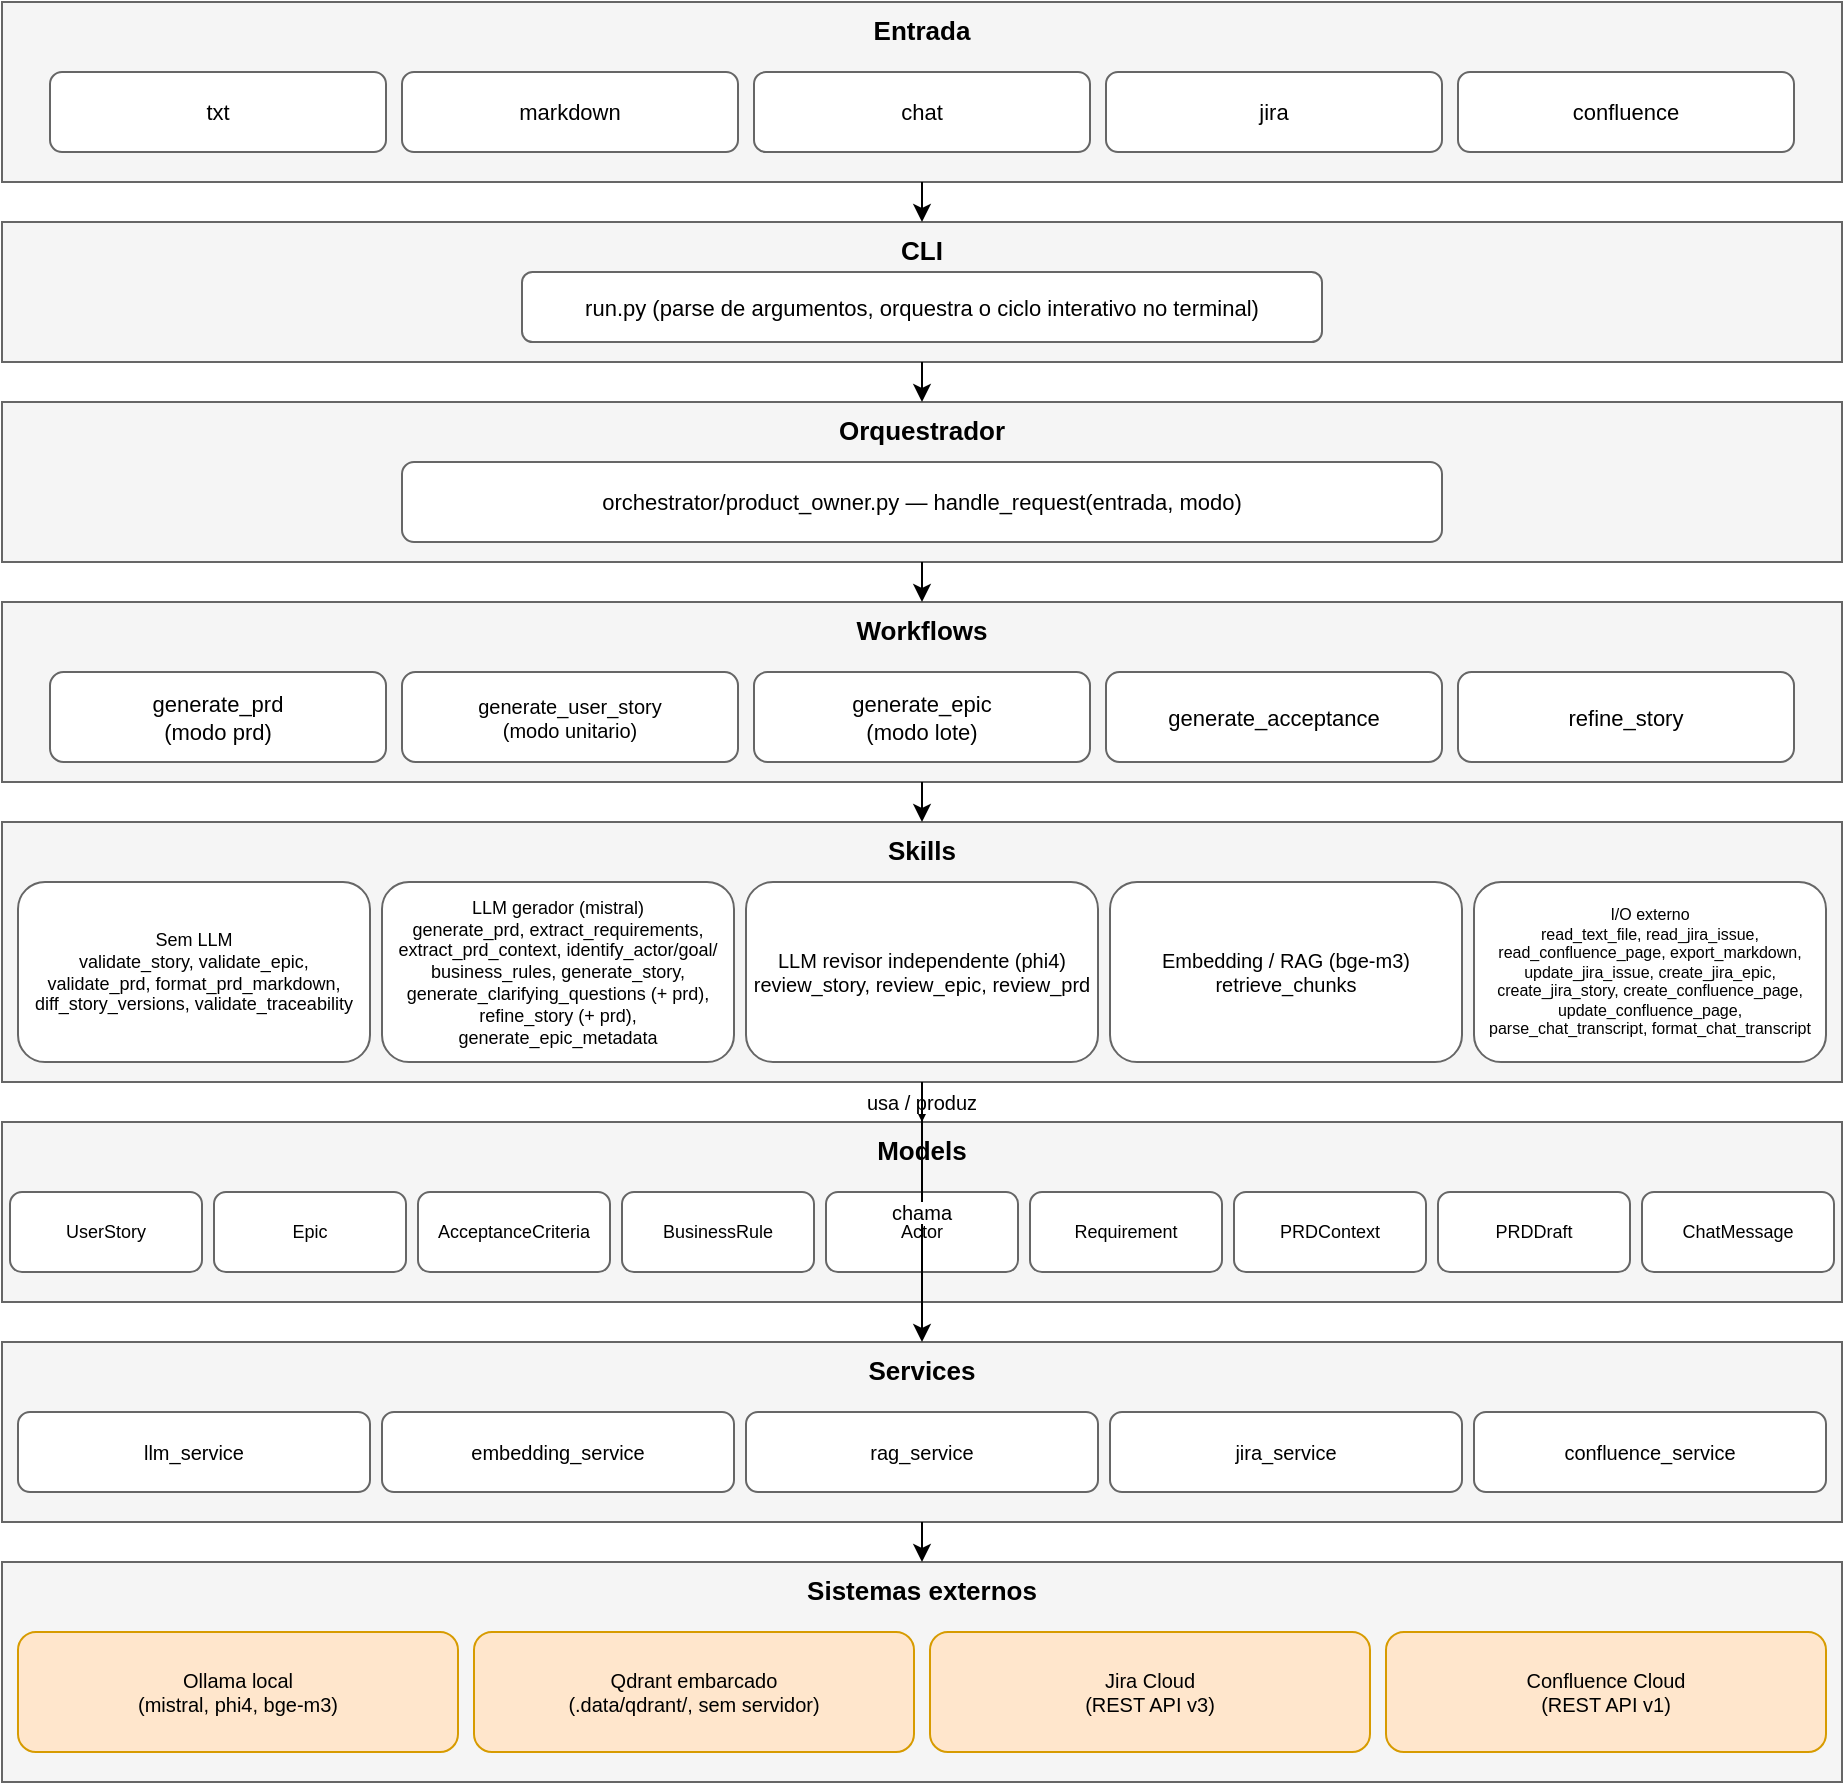
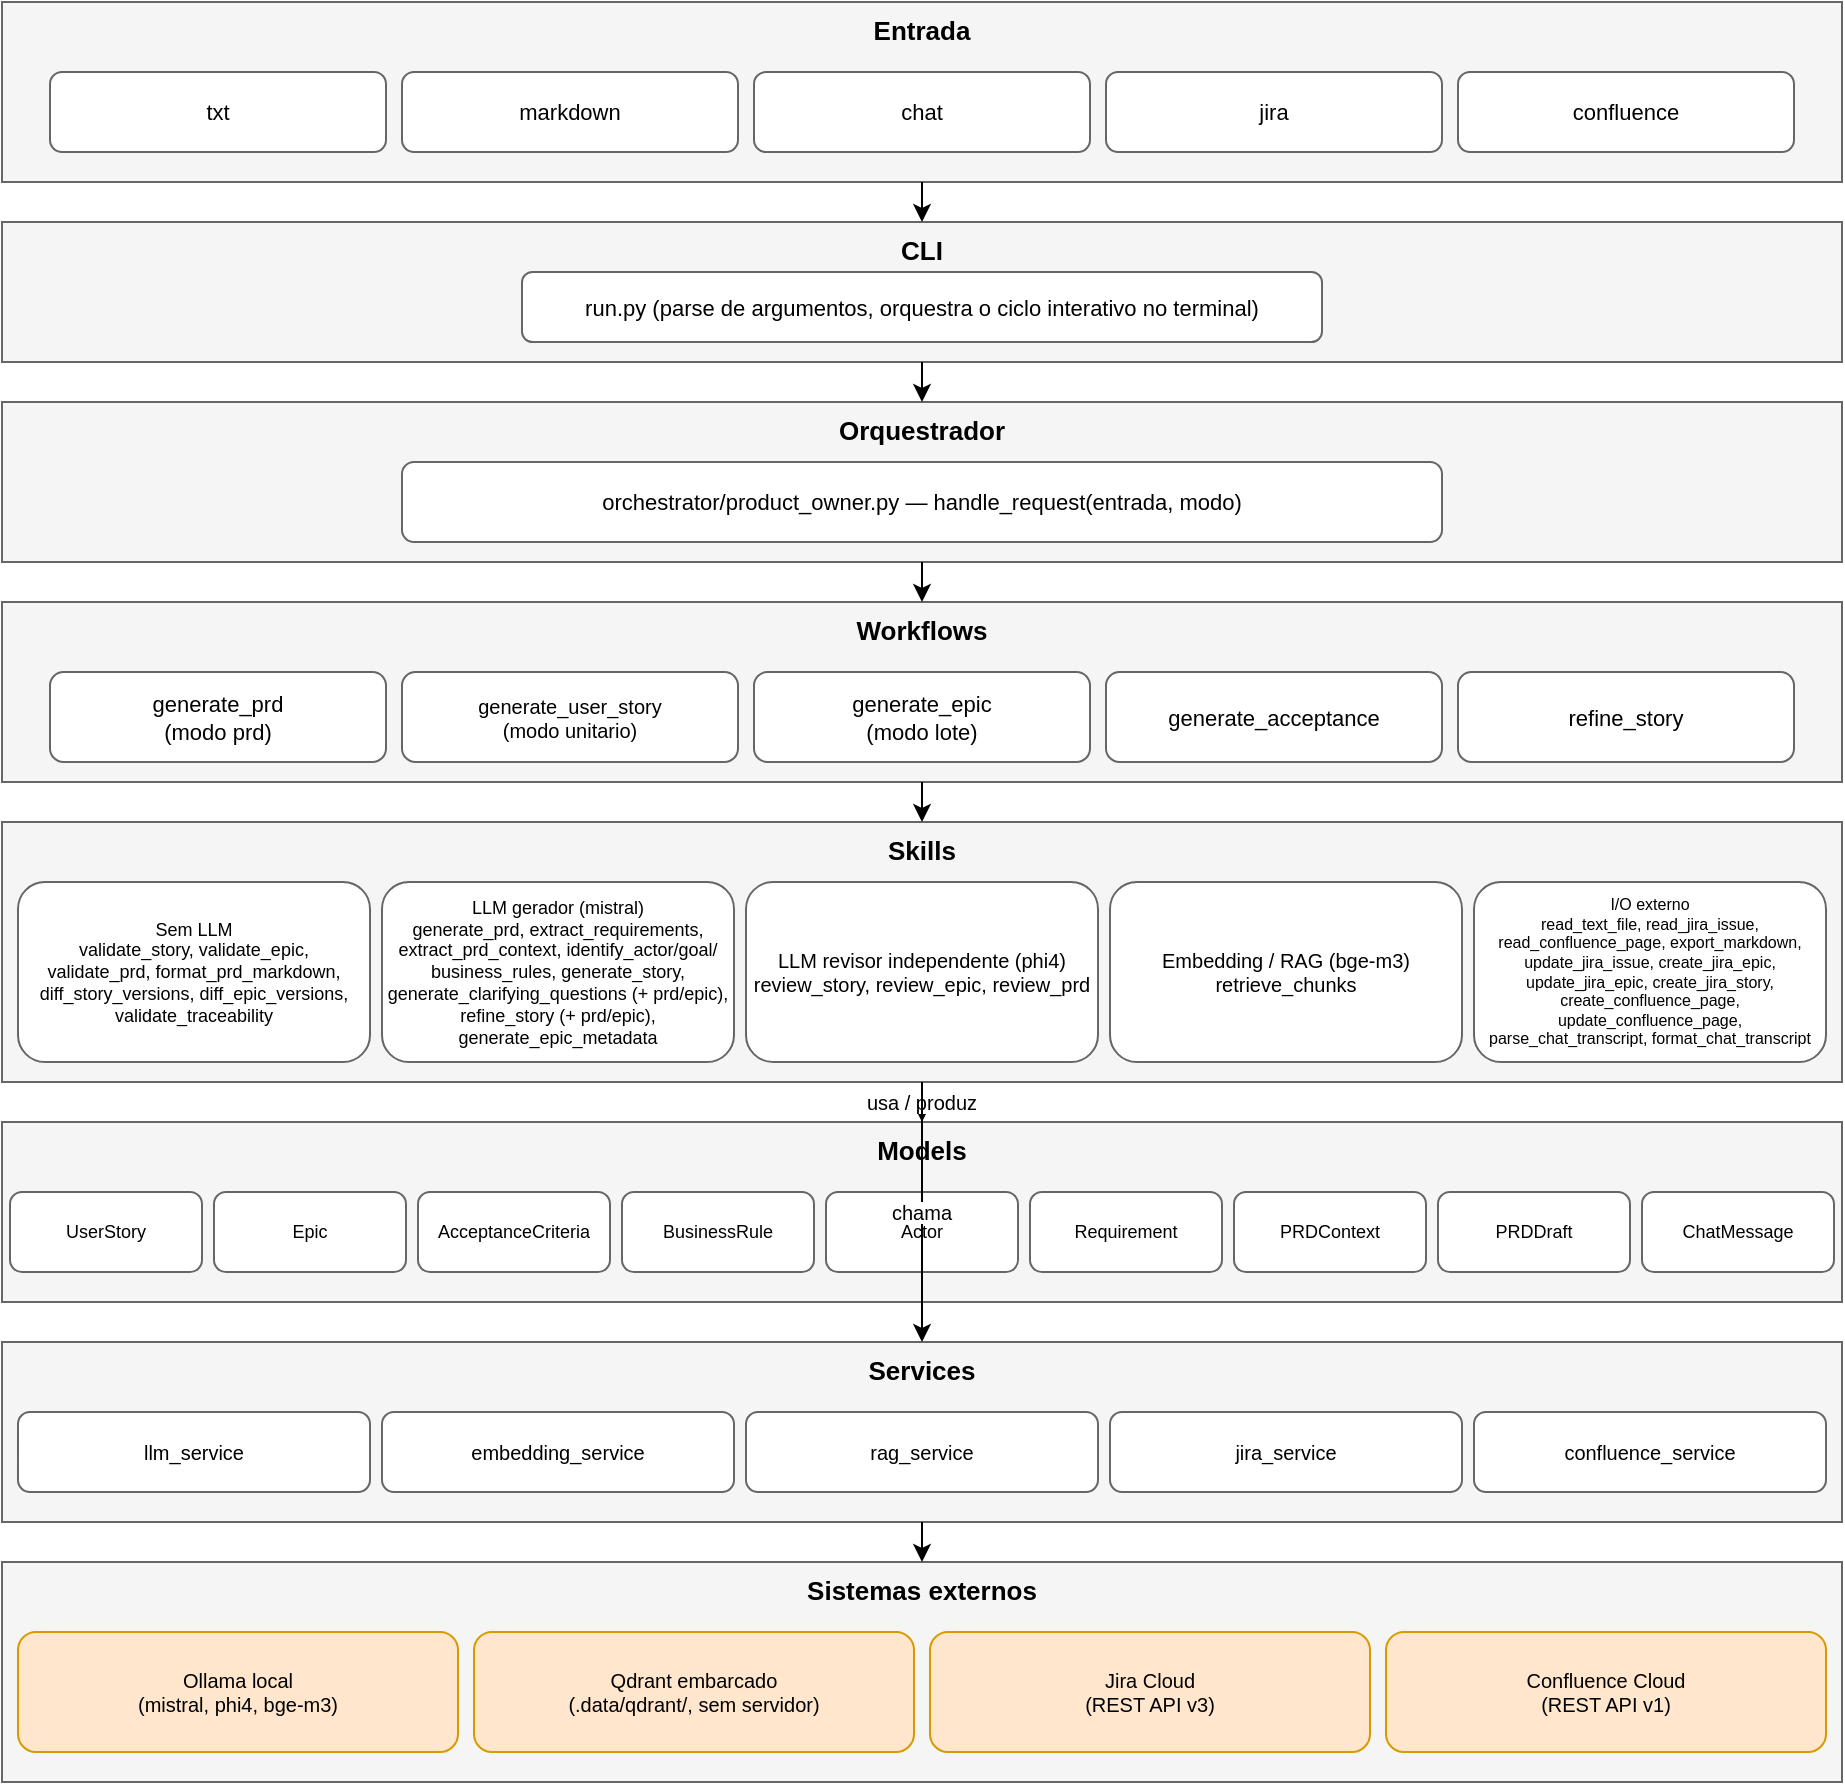
<?xml version="1.0" encoding="UTF-8"?>
<mxfile host="app.diagrams.net" agent="AQuA-QE Product Owner" version="24.0.0" type="device">
  <diagram id="camadas" name="1 - Arquitetura em camadas">
    <mxGraphModel dx="1200" dy="800" grid="1" gridSize="10" guides="1" tooltips="1" connect="1" arrows="1" fold="1" page="1" pageScale="1" pageWidth="1000" pageHeight="970" math="0" shadow="0">
      <root>
        <mxCell id="0" />
        <mxCell id="1" parent="0" />

        <mxCell id="bandEntrada" value="Entrada" style="rounded=0;whiteSpace=wrap;fillColor=#f5f5f5;strokeColor=#666666;verticalAlign=top;fontSize=13;fontStyle=1;container=1;collapsible=0;" vertex="1" parent="1">
          <mxGeometry x="40" y="40" width="920" height="90" as="geometry" />
        </mxCell>
        <mxCell id="ent1" value="txt" style="rounded=1;whiteSpace=wrap;fillColor=#ffffff;strokeColor=#666666;fontSize=11;" vertex="1" parent="bandEntrada">
          <mxGeometry x="24" y="35" width="168" height="40" as="geometry" />
        </mxCell>
        <mxCell id="ent2" value="markdown" style="rounded=1;whiteSpace=wrap;fillColor=#ffffff;strokeColor=#666666;fontSize=11;" vertex="1" parent="bandEntrada">
          <mxGeometry x="200" y="35" width="168" height="40" as="geometry" />
        </mxCell>
        <mxCell id="ent3" value="chat" style="rounded=1;whiteSpace=wrap;fillColor=#ffffff;strokeColor=#666666;fontSize=11;" vertex="1" parent="bandEntrada">
          <mxGeometry x="376" y="35" width="168" height="40" as="geometry" />
        </mxCell>
        <mxCell id="ent4" value="jira" style="rounded=1;whiteSpace=wrap;fillColor=#ffffff;strokeColor=#666666;fontSize=11;" vertex="1" parent="bandEntrada">
          <mxGeometry x="552" y="35" width="168" height="40" as="geometry" />
        </mxCell>
        <mxCell id="ent5" value="confluence" style="rounded=1;whiteSpace=wrap;fillColor=#ffffff;strokeColor=#666666;fontSize=11;" vertex="1" parent="bandEntrada">
          <mxGeometry x="728" y="35" width="168" height="40" as="geometry" />
        </mxCell>

        <mxCell id="bandCLI" value="CLI" style="rounded=0;whiteSpace=wrap;fillColor=#f5f5f5;strokeColor=#666666;verticalAlign=top;fontSize=13;fontStyle=1;container=1;collapsible=0;" vertex="1" parent="1">
          <mxGeometry x="40" y="150" width="920" height="70" as="geometry" />
        </mxCell>
        <mxCell id="cli1" value="run.py (parse de argumentos, orquestra o ciclo interativo no terminal)" style="rounded=1;whiteSpace=wrap;fillColor=#ffffff;strokeColor=#666666;fontSize=11;" vertex="1" parent="bandCLI">
          <mxGeometry x="260" y="25" width="400" height="35" as="geometry" />
        </mxCell>

        <mxCell id="bandOrq" value="Orquestrador" style="rounded=0;whiteSpace=wrap;fillColor=#f5f5f5;strokeColor=#666666;verticalAlign=top;fontSize=13;fontStyle=1;container=1;collapsible=0;" vertex="1" parent="1">
          <mxGeometry x="40" y="240" width="920" height="80" as="geometry" />
        </mxCell>
        <mxCell id="orq1" value="orchestrator/product_owner.py — handle_request(entrada, modo)" style="rounded=1;whiteSpace=wrap;fillColor=#ffffff;strokeColor=#666666;fontSize=11;" vertex="1" parent="bandOrq">
          <mxGeometry x="200" y="30" width="520" height="40" as="geometry" />
        </mxCell>

        <mxCell id="bandWorkflows" value="Workflows" style="rounded=0;whiteSpace=wrap;fillColor=#f5f5f5;strokeColor=#666666;verticalAlign=top;fontSize=13;fontStyle=1;container=1;collapsible=0;" vertex="1" parent="1">
          <mxGeometry x="40" y="340" width="920" height="90" as="geometry" />
        </mxCell>
        <mxCell id="wf0" value="generate_prd&#10;(modo prd)" style="rounded=1;whiteSpace=wrap;fillColor=#ffffff;strokeColor=#666666;fontSize=11;" vertex="1" parent="bandWorkflows">
          <mxGeometry x="24" y="35" width="168" height="45" as="geometry" />
        </mxCell>
        <mxCell id="wf1" value="generate_user_story&#10;(modo unitario)" style="rounded=1;whiteSpace=wrap;fillColor=#ffffff;strokeColor=#666666;fontSize=10;" vertex="1" parent="bandWorkflows">
          <mxGeometry x="200" y="35" width="168" height="45" as="geometry" />
        </mxCell>
        <mxCell id="wf2" value="generate_epic&#10;(modo lote)" style="rounded=1;whiteSpace=wrap;fillColor=#ffffff;strokeColor=#666666;fontSize=11;" vertex="1" parent="bandWorkflows">
          <mxGeometry x="376" y="35" width="168" height="45" as="geometry" />
        </mxCell>
        <mxCell id="wf3" value="generate_acceptance" style="rounded=1;whiteSpace=wrap;fillColor=#ffffff;strokeColor=#666666;fontSize=11;" vertex="1" parent="bandWorkflows">
          <mxGeometry x="552" y="35" width="168" height="45" as="geometry" />
        </mxCell>
        <mxCell id="wf4" value="refine_story" style="rounded=1;whiteSpace=wrap;fillColor=#ffffff;strokeColor=#666666;fontSize=11;" vertex="1" parent="bandWorkflows">
          <mxGeometry x="728" y="35" width="168" height="45" as="geometry" />
        </mxCell>

        <mxCell id="bandSkills" value="Skills" style="rounded=0;whiteSpace=wrap;fillColor=#f5f5f5;strokeColor=#666666;verticalAlign=top;fontSize=13;fontStyle=1;container=1;collapsible=0;" vertex="1" parent="1">
          <mxGeometry x="40" y="450" width="920" height="130" as="geometry" />
        </mxCell>
-         <mxCell id="sk1" value="Sem LLM&#10;validate_story, validate_epic,&#10;validate_prd, format_prd_markdown,&#10;diff_story_versions, validate_traceability" style="rounded=1;whiteSpace=wrap;fillColor=#ffffff;strokeColor=#666666;fontSize=9;" vertex="1" parent="bandSkills">
+         <mxCell id="sk1" value="Sem LLM&#10;validate_story, validate_epic,&#10;validate_prd, format_prd_markdown,&#10;diff_story_versions, diff_epic_versions,&#10;validate_traceability" style="rounded=1;whiteSpace=wrap;fillColor=#ffffff;strokeColor=#666666;fontSize=9;" vertex="1" parent="bandSkills">
          <mxGeometry x="8" y="30" width="176" height="90" as="geometry" />
        </mxCell>
-         <mxCell id="sk2" value="LLM gerador (mistral)&#10;generate_prd, extract_requirements,&#10;extract_prd_context, identify_actor/goal/&#10;business_rules, generate_story,&#10;generate_clarifying_questions (+ prd),&#10;refine_story (+ prd), generate_epic_metadata" style="rounded=1;whiteSpace=wrap;fillColor=#ffffff;strokeColor=#666666;fontSize=9;" vertex="1" parent="bandSkills">
+         <mxCell id="sk2" value="LLM gerador (mistral)&#10;generate_prd, extract_requirements,&#10;extract_prd_context, identify_actor/goal/&#10;business_rules, generate_story,&#10;generate_clarifying_questions (+ prd/epic),&#10;refine_story (+ prd/epic), generate_epic_metadata" style="rounded=1;whiteSpace=wrap;fillColor=#ffffff;strokeColor=#666666;fontSize=9;" vertex="1" parent="bandSkills">
          <mxGeometry x="190" y="30" width="176" height="90" as="geometry" />
        </mxCell>
        <mxCell id="sk3" value="LLM revisor independente (phi4)&#10;review_story, review_epic, review_prd" style="rounded=1;whiteSpace=wrap;fillColor=#ffffff;strokeColor=#666666;fontSize=10;" vertex="1" parent="bandSkills">
          <mxGeometry x="372" y="30" width="176" height="90" as="geometry" />
        </mxCell>
        <mxCell id="sk4" value="Embedding / RAG (bge-m3)&#10;retrieve_chunks" style="rounded=1;whiteSpace=wrap;fillColor=#ffffff;strokeColor=#666666;fontSize=10;" vertex="1" parent="bandSkills">
          <mxGeometry x="554" y="30" width="176" height="90" as="geometry" />
        </mxCell>
-         <mxCell id="sk5" value="I/O externo&#10;read_text_file, read_jira_issue,&#10;read_confluence_page, export_markdown,&#10;update_jira_issue, create_jira_epic,&#10;create_jira_story, create_confluence_page,&#10;update_confluence_page,&#10;parse_chat_transcript, format_chat_transcript" style="rounded=1;whiteSpace=wrap;fillColor=#ffffff;strokeColor=#666666;fontSize=8;" vertex="1" parent="bandSkills">
+         <mxCell id="sk5" value="I/O externo&#10;read_text_file, read_jira_issue,&#10;read_confluence_page, export_markdown,&#10;update_jira_issue, create_jira_epic,&#10;update_jira_epic, create_jira_story,&#10;create_confluence_page,&#10;update_confluence_page,&#10;parse_chat_transcript, format_chat_transcript" style="rounded=1;whiteSpace=wrap;fillColor=#ffffff;strokeColor=#666666;fontSize=8;" vertex="1" parent="bandSkills">
          <mxGeometry x="736" y="30" width="176" height="90" as="geometry" />
        </mxCell>

        <mxCell id="bandModels" value="Models" style="rounded=0;whiteSpace=wrap;fillColor=#f5f5f5;strokeColor=#666666;verticalAlign=top;fontSize=13;fontStyle=1;container=1;collapsible=0;" vertex="1" parent="1">
          <mxGeometry x="40" y="600" width="920" height="90" as="geometry" />
        </mxCell>
        <mxCell id="mdl1" value="UserStory" style="rounded=1;whiteSpace=wrap;fillColor=#ffffff;strokeColor=#666666;fontSize=9;" vertex="1" parent="bandModels">
          <mxGeometry x="4" y="35" width="96" height="40" as="geometry" />
        </mxCell>
        <mxCell id="mdl2" value="Epic" style="rounded=1;whiteSpace=wrap;fillColor=#ffffff;strokeColor=#666666;fontSize=9;" vertex="1" parent="bandModels">
          <mxGeometry x="106" y="35" width="96" height="40" as="geometry" />
        </mxCell>
        <mxCell id="mdl3" value="AcceptanceCriteria" style="rounded=1;whiteSpace=wrap;fillColor=#ffffff;strokeColor=#666666;fontSize=9;" vertex="1" parent="bandModels">
          <mxGeometry x="208" y="35" width="96" height="40" as="geometry" />
        </mxCell>
        <mxCell id="mdl4" value="BusinessRule" style="rounded=1;whiteSpace=wrap;fillColor=#ffffff;strokeColor=#666666;fontSize=9;" vertex="1" parent="bandModels">
          <mxGeometry x="310" y="35" width="96" height="40" as="geometry" />
        </mxCell>
        <mxCell id="mdl5" value="Actor" style="rounded=1;whiteSpace=wrap;fillColor=#ffffff;strokeColor=#666666;fontSize=9;" vertex="1" parent="bandModels">
          <mxGeometry x="412" y="35" width="96" height="40" as="geometry" />
        </mxCell>
        <mxCell id="mdl6" value="Requirement" style="rounded=1;whiteSpace=wrap;fillColor=#ffffff;strokeColor=#666666;fontSize=9;" vertex="1" parent="bandModels">
          <mxGeometry x="514" y="35" width="96" height="40" as="geometry" />
        </mxCell>
        <mxCell id="mdl7" value="PRDContext" style="rounded=1;whiteSpace=wrap;fillColor=#ffffff;strokeColor=#666666;fontSize=9;" vertex="1" parent="bandModels">
          <mxGeometry x="616" y="35" width="96" height="40" as="geometry" />
        </mxCell>
        <mxCell id="mdl8" value="PRDDraft" style="rounded=1;whiteSpace=wrap;fillColor=#ffffff;strokeColor=#666666;fontSize=9;" vertex="1" parent="bandModels">
          <mxGeometry x="718" y="35" width="96" height="40" as="geometry" />
        </mxCell>
        <mxCell id="mdl9" value="ChatMessage" style="rounded=1;whiteSpace=wrap;fillColor=#ffffff;strokeColor=#666666;fontSize=9;" vertex="1" parent="bandModels">
          <mxGeometry x="820" y="35" width="96" height="40" as="geometry" />
        </mxCell>

        <mxCell id="bandServices" value="Services" style="rounded=0;whiteSpace=wrap;fillColor=#f5f5f5;strokeColor=#666666;verticalAlign=top;fontSize=13;fontStyle=1;container=1;collapsible=0;" vertex="1" parent="1">
          <mxGeometry x="40" y="710" width="920" height="90" as="geometry" />
        </mxCell>
        <mxCell id="svc1" value="llm_service" style="rounded=1;whiteSpace=wrap;fillColor=#ffffff;strokeColor=#666666;fontSize=10;" vertex="1" parent="bandServices">
          <mxGeometry x="8" y="35" width="176" height="40" as="geometry" />
        </mxCell>
        <mxCell id="svc2" value="embedding_service" style="rounded=1;whiteSpace=wrap;fillColor=#ffffff;strokeColor=#666666;fontSize=10;" vertex="1" parent="bandServices">
          <mxGeometry x="190" y="35" width="176" height="40" as="geometry" />
        </mxCell>
        <mxCell id="svc3" value="rag_service" style="rounded=1;whiteSpace=wrap;fillColor=#ffffff;strokeColor=#666666;fontSize=10;" vertex="1" parent="bandServices">
          <mxGeometry x="372" y="35" width="176" height="40" as="geometry" />
        </mxCell>
        <mxCell id="svc4" value="jira_service" style="rounded=1;whiteSpace=wrap;fillColor=#ffffff;strokeColor=#666666;fontSize=10;" vertex="1" parent="bandServices">
          <mxGeometry x="554" y="35" width="176" height="40" as="geometry" />
        </mxCell>
        <mxCell id="svc5" value="confluence_service" style="rounded=1;whiteSpace=wrap;fillColor=#ffffff;strokeColor=#666666;fontSize=10;" vertex="1" parent="bandServices">
          <mxGeometry x="736" y="35" width="176" height="40" as="geometry" />
        </mxCell>

        <mxCell id="bandExternos" value="Sistemas externos" style="rounded=0;whiteSpace=wrap;fillColor=#f5f5f5;strokeColor=#666666;verticalAlign=top;fontSize=13;fontStyle=1;container=1;collapsible=0;" vertex="1" parent="1">
          <mxGeometry x="40" y="820" width="920" height="110" as="geometry" />
        </mxCell>
        <mxCell id="ext1" value="Ollama local&#10;(mistral, phi4, bge-m3)" style="rounded=1;whiteSpace=wrap;fillColor=#ffe6cc;strokeColor=#d79b00;fontSize=10;" vertex="1" parent="bandExternos">
          <mxGeometry x="8" y="35" width="220" height="60" as="geometry" />
        </mxCell>
        <mxCell id="ext2" value="Qdrant embarcado&#10;(.data/qdrant/, sem servidor)" style="rounded=1;whiteSpace=wrap;fillColor=#ffe6cc;strokeColor=#d79b00;fontSize=10;" vertex="1" parent="bandExternos">
          <mxGeometry x="236" y="35" width="220" height="60" as="geometry" />
        </mxCell>
        <mxCell id="ext3" value="Jira Cloud&#10;(REST API v3)" style="rounded=1;whiteSpace=wrap;fillColor=#ffe6cc;strokeColor=#d79b00;fontSize=10;" vertex="1" parent="bandExternos">
          <mxGeometry x="464" y="35" width="220" height="60" as="geometry" />
        </mxCell>
        <mxCell id="ext4" value="Confluence Cloud&#10;(REST API v1)" style="rounded=1;whiteSpace=wrap;fillColor=#ffe6cc;strokeColor=#d79b00;fontSize=10;" vertex="1" parent="bandExternos">
          <mxGeometry x="692" y="35" width="220" height="60" as="geometry" />
        </mxCell>

        <mxCell id="e1" style="edgeStyle=orthogonalEdgeStyle;rounded=0;" edge="1" parent="1" source="bandEntrada" target="bandCLI"><mxGeometry relative="1" as="geometry" /></mxCell>
        <mxCell id="e2" style="edgeStyle=orthogonalEdgeStyle;rounded=0;" edge="1" parent="1" source="bandCLI" target="bandOrq"><mxGeometry relative="1" as="geometry" /></mxCell>
        <mxCell id="e3" style="edgeStyle=orthogonalEdgeStyle;rounded=0;" edge="1" parent="1" source="bandOrq" target="bandWorkflows"><mxGeometry relative="1" as="geometry" /></mxCell>
        <mxCell id="e4" style="edgeStyle=orthogonalEdgeStyle;rounded=0;" edge="1" parent="1" source="bandWorkflows" target="bandSkills"><mxGeometry relative="1" as="geometry" /></mxCell>
        <mxCell id="e5" value="usa / produz" style="edgeStyle=orthogonalEdgeStyle;rounded=0;fontSize=10;" edge="1" parent="1" source="bandSkills" target="bandModels"><mxGeometry relative="1" as="geometry" /></mxCell>
        <mxCell id="e6" value="chama" style="edgeStyle=orthogonalEdgeStyle;rounded=0;fontSize=10;" edge="1" parent="1" source="bandSkills" target="bandServices"><mxGeometry relative="1" as="geometry" /></mxCell>
        <mxCell id="e7" style="edgeStyle=orthogonalEdgeStyle;rounded=0;" edge="1" parent="1" source="bandServices" target="bandExternos"><mxGeometry relative="1" as="geometry" /></mxCell>
      </root>
    </mxGraphModel>
  </diagram>

  <diagram id="fluxounitario" name="2 - Fluxo modo unitario">
    <mxGraphModel dx="1200" dy="800" grid="1" gridSize="10" guides="1" tooltips="1" connect="1" arrows="1" fold="1" page="1" pageScale="1" pageWidth="1100" pageHeight="1460" math="0" shadow="0">
      <root>
        <mxCell id="0" />
        <mxCell id="1" parent="0" />

        <mxCell id="u_n1" value="Entrada&#10;(.txt/.md, chat ou ticket Jira)" style="ellipse;whiteSpace=wrap;fillColor=#d5e8d4;strokeColor=#82b366;fontSize=12;" vertex="1" parent="1">
          <mxGeometry x="380" y="40" width="300" height="60" as="geometry" />
        </mxCell>
        <mxCell id="u_n2" value="read_text_file / read_jira_issue" style="rounded=1;whiteSpace=wrap;fillColor=#dae8fc;strokeColor=#6c8ebf;fontSize=12;" vertex="1" parent="1">
          <mxGeometry x="380" y="130" width="300" height="50" as="geometry" />
        </mxCell>
        <mxCell id="u_n3" value="extract_requirements" style="rounded=1;whiteSpace=wrap;fillColor=#dae8fc;strokeColor=#6c8ebf;fontSize=12;" vertex="1" parent="1">
          <mxGeometry x="380" y="210" width="300" height="50" as="geometry" />
        </mxCell>
        <mxCell id="u_n4" value="retrieve_chunks (opcional)&#10;RAG sobre knowledge/methodology/" style="rounded=1;whiteSpace=wrap;fillColor=#f5f5f5;strokeColor=#666666;dashed=1;fontSize=11;" vertex="1" parent="1">
          <mxGeometry x="380" y="290" width="300" height="50" as="geometry" />
        </mxCell>
        <mxCell id="u_n5" value="identify_actor / identify_goal /&#10;identify_business_rules" style="rounded=1;whiteSpace=wrap;fillColor=#dae8fc;strokeColor=#6c8ebf;fontSize=12;" vertex="1" parent="1">
          <mxGeometry x="380" y="370" width="300" height="60" as="geometry" />
        </mxCell>
        <mxCell id="u_n6" value="generate_story (LLM gerador - mistral)" style="rounded=1;whiteSpace=wrap;fillColor=#dae8fc;strokeColor=#6c8ebf;fontSize=12;" vertex="1" parent="1">
          <mxGeometry x="380" y="460" width="300" height="50" as="geometry" />
        </mxCell>
        <mxCell id="u_d1" value="validate_story:&#10;passa no checklist&#10;INVEST/DoR?" style="rhombus;whiteSpace=wrap;fillColor=#ffe6cc;strokeColor=#d79b00;fontSize=12;" vertex="1" parent="1">
          <mxGeometry x="380" y="540" width="300" height="100" as="geometry" />
        </mxCell>
        <mxCell id="u_b1" value="PENDING_CLARIFICATION&#10;(RULE-004): agente para e pede&#10;esclarecimento ao usuario" style="rounded=1;whiteSpace=wrap;fillColor=#f8cecc;strokeColor=#b85450;dashed=1;fontSize=11;" vertex="1" parent="1">
          <mxGeometry x="760" y="555" width="280" height="70" as="geometry" />
        </mxCell>
        <mxCell id="u_n7" value="review_story (LLM revisor - phi4)" style="rounded=1;whiteSpace=wrap;fillColor=#dae8fc;strokeColor=#6c8ebf;fontSize=12;" vertex="1" parent="1">
          <mxGeometry x="380" y="670" width="300" height="50" as="geometry" />
        </mxCell>
        <mxCell id="u_d2" value="Aprovado pelo&#10;revisor independente?" style="rhombus;whiteSpace=wrap;fillColor=#ffe6cc;strokeColor=#d79b00;fontSize=12;" vertex="1" parent="1">
          <mxGeometry x="380" y="750" width="300" height="100" as="geometry" />
        </mxCell>
        <mxCell id="u_b2" value="Ver Diagrama 4:&#10;Ciclo de refinamento&#10;humano-no-loop" style="shape=process;whiteSpace=wrap;fillColor=#fff2cc;strokeColor=#d6b656;fontSize=11;" vertex="1" parent="1">
          <mxGeometry x="760" y="765" width="280" height="70" as="geometry" />
        </mxCell>
        <mxCell id="u_n8" value="export_markdown&#10;(status: draft_validated)" style="rounded=1;whiteSpace=wrap;fillColor=#dae8fc;strokeColor=#6c8ebf;fontSize=12;" vertex="1" parent="1">
          <mxGeometry x="380" y="880" width="300" height="50" as="geometry" />
        </mxCell>
        <mxCell id="u_d3" value="Aceite humano&#10;explicito?" style="rhombus;whiteSpace=wrap;fillColor=#ffe6cc;strokeColor=#d79b00;fontSize=12;" vertex="1" parent="1">
          <mxGeometry x="380" y="960" width="300" height="100" as="geometry" />
        </mxCell>
        <mxCell id="u_b3" value="Nao aceito:&#10;permanece draft_validated&#10;(aguardando novo ciclo)" style="rounded=1;whiteSpace=wrap;fillColor=#f8cecc;strokeColor=#b85450;dashed=1;fontSize=11;" vertex="1" parent="1">
          <mxGeometry x="760" y="975" width="280" height="70" as="geometry" />
        </mxCell>
        <mxCell id="u_n9" value="status: ACCEPTED" style="rounded=1;whiteSpace=wrap;fillColor=#d5e8d4;strokeColor=#82b366;fontSize=12;fontStyle=1;" vertex="1" parent="1">
          <mxGeometry x="380" y="1090" width="300" height="50" as="geometry" />
        </mxCell>
        <mxCell id="u_d4" value="Origem era um&#10;ticket Jira?" style="rhombus;whiteSpace=wrap;fillColor=#ffe6cc;strokeColor=#d79b00;fontSize=12;" vertex="1" parent="1">
          <mxGeometry x="380" y="1170" width="300" height="100" as="geometry" />
        </mxCell>
        <mxCell id="u_n10" value="update_jira_issue&#10;(write-back no ticket, sob confirmacao)" style="rounded=1;whiteSpace=wrap;fillColor=#dae8fc;strokeColor=#6c8ebf;fontSize=12;" vertex="1" parent="1">
          <mxGeometry x="380" y="1300" width="300" height="50" as="geometry" />
        </mxCell>
        <mxCell id="u_end" value="Fim" style="ellipse;whiteSpace=wrap;fillColor=#d5e8d4;strokeColor=#82b366;fontSize=12;" vertex="1" parent="1">
          <mxGeometry x="380" y="1390" width="300" height="50" as="geometry" />
        </mxCell>

        <mxCell id="ue1" style="edgeStyle=orthogonalEdgeStyle;rounded=0;" edge="1" parent="1" source="u_n1" target="u_n2"><mxGeometry relative="1" as="geometry" /></mxCell>
        <mxCell id="ue2" style="edgeStyle=orthogonalEdgeStyle;rounded=0;" edge="1" parent="1" source="u_n2" target="u_n3"><mxGeometry relative="1" as="geometry" /></mxCell>
        <mxCell id="ue3" style="edgeStyle=orthogonalEdgeStyle;rounded=0;" edge="1" parent="1" source="u_n3" target="u_n4"><mxGeometry relative="1" as="geometry" /></mxCell>
        <mxCell id="ue4" style="edgeStyle=orthogonalEdgeStyle;rounded=0;" edge="1" parent="1" source="u_n4" target="u_n5"><mxGeometry relative="1" as="geometry" /></mxCell>
        <mxCell id="ue5" style="edgeStyle=orthogonalEdgeStyle;rounded=0;" edge="1" parent="1" source="u_n5" target="u_n6"><mxGeometry relative="1" as="geometry" /></mxCell>
        <mxCell id="ue6" style="edgeStyle=orthogonalEdgeStyle;rounded=0;" edge="1" parent="1" source="u_n6" target="u_d1"><mxGeometry relative="1" as="geometry" /></mxCell>
        <mxCell id="ue7" value="Nao" style="edgeStyle=orthogonalEdgeStyle;rounded=0;fontSize=11;" edge="1" parent="1" source="u_d1" target="u_b1"><mxGeometry relative="1" as="geometry" /></mxCell>
        <mxCell id="ue8" value="Sim" style="edgeStyle=orthogonalEdgeStyle;rounded=0;fontSize=11;" edge="1" parent="1" source="u_d1" target="u_n7"><mxGeometry relative="1" as="geometry" /></mxCell>
        <mxCell id="ue9" style="edgeStyle=orthogonalEdgeStyle;rounded=0;" edge="1" parent="1" source="u_n7" target="u_d2"><mxGeometry relative="1" as="geometry" /></mxCell>
        <mxCell id="ue10" value="Nao" style="edgeStyle=orthogonalEdgeStyle;rounded=0;fontSize=11;" edge="1" parent="1" source="u_d2" target="u_b2"><mxGeometry relative="1" as="geometry" /></mxCell>
        <mxCell id="ue11" value="Sim" style="edgeStyle=orthogonalEdgeStyle;rounded=0;fontSize=11;" edge="1" parent="1" source="u_d2" target="u_n8"><mxGeometry relative="1" as="geometry" /></mxCell>
        <mxCell id="ue12" value="story refinada&#10;(revalidar)" style="edgeStyle=orthogonalEdgeStyle;rounded=0;fontSize=10;exitX=1;exitY=0;entryX=1;entryY=0.5;" edge="1" parent="1" source="u_b2" target="u_d1"><mxGeometry relative="1" as="geometry" /></mxCell>
        <mxCell id="ue13" style="edgeStyle=orthogonalEdgeStyle;rounded=0;" edge="1" parent="1" source="u_n8" target="u_d3"><mxGeometry relative="1" as="geometry" /></mxCell>
        <mxCell id="ue14" value="Nao" style="edgeStyle=orthogonalEdgeStyle;rounded=0;fontSize=11;" edge="1" parent="1" source="u_d3" target="u_b3"><mxGeometry relative="1" as="geometry" /></mxCell>
        <mxCell id="ue15" value="Sim" style="edgeStyle=orthogonalEdgeStyle;rounded=0;fontSize=11;" edge="1" parent="1" source="u_d3" target="u_n9"><mxGeometry relative="1" as="geometry" /></mxCell>
        <mxCell id="ue16" style="edgeStyle=orthogonalEdgeStyle;rounded=0;" edge="1" parent="1" source="u_n9" target="u_d4"><mxGeometry relative="1" as="geometry" /></mxCell>
        <mxCell id="ue17" value="Sim" style="edgeStyle=orthogonalEdgeStyle;rounded=0;fontSize=11;" edge="1" parent="1" source="u_d4" target="u_n10"><mxGeometry relative="1" as="geometry" /></mxCell>
        <mxCell id="ue18" value="Nao" style="edgeStyle=orthogonalEdgeStyle;rounded=0;fontSize=11;exitX=0;exitY=0.5;entryX=0;entryY=0.5;" edge="1" parent="1" source="u_d4" target="u_end"><mxGeometry relative="1" as="geometry" /></mxCell>
        <mxCell id="ue19" style="edgeStyle=orthogonalEdgeStyle;rounded=0;" edge="1" parent="1" source="u_n10" target="u_end"><mxGeometry relative="1" as="geometry" /></mxCell>
      </root>
    </mxGraphModel>
  </diagram>

  <diagram id="fluxoepico" name="3 - Fluxo modo lote (Epico)">
    <mxGraphModel dx="1200" dy="800" grid="1" gridSize="10" guides="1" tooltips="1" connect="1" arrows="1" fold="1" page="1" pageScale="1" pageWidth="1150" pageHeight="2070" math="0" shadow="0">
      <root>
        <mxCell id="0" />
        <mxCell id="1" parent="0" />

        <mxCell id="e_n1" value="Entrada completa&#10;(.txt/.md ou pagina Confluence)" style="ellipse;whiteSpace=wrap;fillColor=#d5e8d4;strokeColor=#82b366;fontSize=12;" vertex="1" parent="1">
          <mxGeometry x="380" y="40" width="340" height="60" as="geometry" />
        </mxCell>
        <mxCell id="e_n2" value="read_text_file / read_confluence_page" style="rounded=1;whiteSpace=wrap;fillColor=#dae8fc;strokeColor=#6c8ebf;fontSize=12;" vertex="1" parent="1">
          <mxGeometry x="380" y="130" width="340" height="50" as="geometry" />
        </mxCell>
        <mxCell id="e_n3" value="extract_requirements&#10;(lista de requisitos candidatos)" style="rounded=1;whiteSpace=wrap;fillColor=#dae8fc;strokeColor=#6c8ebf;fontSize=12;" vertex="1" parent="1">
          <mxGeometry x="380" y="210" width="340" height="50" as="geometry" />
        </mxCell>
        <mxCell id="e_n3b" value="extract_prd_context&#10;(visao, requisitos nao funcionais, riscos,&#10;criterios de sucesso, restricoes, dependencias)" style="rounded=1;whiteSpace=wrap;fillColor=#dae8fc;strokeColor=#6c8ebf;fontSize=11;" vertex="1" parent="1">
          <mxGeometry x="380" y="290" width="340" height="60" as="geometry" />
        </mxCell>
        <mxCell id="e_n3c" value="identify_epic_groups&#10;(agrupa requisitos por coerencia tematica --&#10;1 grupo se coeso, N se cobrir frentes distintas)" style="rounded=1;whiteSpace=wrap;fillColor=#dae8fc;strokeColor=#6c8ebf;fontSize=11;" vertex="1" parent="1">
          <mxGeometry x="380" y="380" width="340" height="60" as="geometry" />
        </mxCell>
        <mxCell id="e_n4" value="Por grupo: generate_epic_metadata&#10;(texto + requisitos do grupo -- SEM stories ainda)" style="rounded=1;whiteSpace=wrap;fillColor=#dae8fc;strokeColor=#6c8ebf;fontSize=11;" vertex="1" parent="1">
          <mxGeometry x="380" y="470" width="340" height="50" as="geometry" />
        </mxCell>
        <mxCell id="e_n5" value="validate_epic (checklist Python puro)" style="rounded=1;whiteSpace=wrap;fillColor=#dae8fc;strokeColor=#6c8ebf;fontSize=12;" vertex="1" parent="1">
          <mxGeometry x="380" y="550" width="340" height="50" as="geometry" />
        </mxCell>
-         <mxCell id="e_d0" value="Continuar e gerar as User Stories&#10;d{estes N Epicos / este Epico}?" style="rhombus;whiteSpace=wrap;fillColor=#ffe6cc;strokeColor=#d79b00;fontSize=12;fontStyle=1;" vertex="1" parent="1">
+         <mxCell id="e_d0" value="Recepcao (por Epico, individualmente):&#10;gerar stories / refinar / nao continuar?" style="rhombus;whiteSpace=wrap;fillColor=#ffe6cc;strokeColor=#d79b00;fontSize=12;fontStyle=1;" vertex="1" parent="1">
          <mxGeometry x="380" y="630" width="340" height="100" as="geometry" />
        </mxCell>
-         <mxCell id="e_bstop" value="Execucao interrompida:&#10;nenhuma User Story foi gerada" style="rounded=1;whiteSpace=wrap;fillColor=#f8cecc;strokeColor=#b85450;dashed=1;fontSize=11;" vertex="1" parent="1">
+         <mxCell id="e_bstop" value="Epico descartado:&#10;nenhuma User Story gerada para ele" style="rounded=1;whiteSpace=wrap;fillColor=#f8cecc;strokeColor=#b85450;dashed=1;fontSize=11;" vertex="1" parent="1">
          <mxGeometry x="800" y="650" width="300" height="60" as="geometry" />
+         </mxCell>
+         <mxCell id="e_refine" value="Refinar: generate_epic_clarifying_questions -&gt;&#10;resposta humana -&gt; refine_epic_metadata -&gt;&#10;validate_epic/review_epic&#10;(repete ate aprovar ou desistir)" style="shape=process;whiteSpace=wrap;fillColor=#fff2cc;strokeColor=#d6b656;fontSize=10.5;" vertex="1" parent="1">
+           <mxGeometry x="800" y="740" width="300" height="90" as="geometry" />
        </mxCell>
        <mxCell id="e_note1" value="Por Epico, para cada requisito do seu grupo:" style="text;align=center;fontStyle=2;fontSize=11;" vertex="1" parent="1">
          <mxGeometry x="380" y="760" width="340" height="30" as="geometry" />
        </mxCell>
        <mxCell id="e_n6" value="identify_actor / identify_goal /&#10;identify_business_rules" style="rounded=1;whiteSpace=wrap;fillColor=#dae8fc;strokeColor=#6c8ebf;fontSize=12;" vertex="1" parent="1">
          <mxGeometry x="380" y="800" width="340" height="60" as="geometry" />
        </mxCell>
        <mxCell id="e_d1" value="Ator e objetivo&#10;identificados com confianca?" style="rhombus;whiteSpace=wrap;fillColor=#ffe6cc;strokeColor=#d79b00;fontSize=12;" vertex="1" parent="1">
          <mxGeometry x="380" y="880" width="340" height="100" as="geometry" />
        </mxCell>
        <mxCell id="e_n7" value="Nao: unresolved_items += item&#10;(nao trava o restante do lote)" style="rounded=1;whiteSpace=wrap;fillColor=#f8cecc;strokeColor=#b85450;dashed=1;fontSize=11;" vertex="1" parent="1">
          <mxGeometry x="800" y="900" width="300" height="60" as="geometry" />
        </mxCell>
        <mxCell id="e_n8" value="Sim: gera a story completa&#10;(mesmo pipeline do Diagrama 2:&#10;generate_story -&gt; validate_story -&gt; review_story)" style="shape=process;whiteSpace=wrap;fillColor=#fff2cc;strokeColor=#d6b656;fontSize=11;" vertex="1" parent="1">
          <mxGeometry x="380" y="1000" width="340" height="70" as="geometry" />
        </mxCell>
        <mxCell id="e_n9" value="story draft_validated adicionada&#10;a epic.stories" style="rounded=1;whiteSpace=wrap;fillColor=#dae8fc;strokeColor=#6c8ebf;fontSize=12;" vertex="1" parent="1">
          <mxGeometry x="380" y="1090" width="340" height="50" as="geometry" />
        </mxCell>
        <mxCell id="e_n10" value="validate_traceability:&#10;stories_duplicadas, stories_sem_valor,&#10;requisitos_orfaos" style="rounded=1;whiteSpace=wrap;fillColor=#dae8fc;strokeColor=#6c8ebf;fontSize=12;" vertex="1" parent="1">
          <mxGeometry x="380" y="1180" width="340" height="60" as="geometry" />
        </mxCell>
        <mxCell id="e_n11" value="review_epic (LLM revisor - phi4,&#10;agora com as stories existentes)" style="rounded=1;whiteSpace=wrap;fillColor=#dae8fc;strokeColor=#6c8ebf;fontSize=12;" vertex="1" parent="1">
          <mxGeometry x="380" y="1270" width="340" height="60" as="geometry" />
        </mxCell>
+         <mxCell id="e_diffnote" value="diff_epic_versions:&#10;changelog do Epico&#10;(se refinado na recepcao)" style="rounded=1;whiteSpace=wrap;fillColor=#f5f5f5;strokeColor=#666666;dashed=1;fontSize=10.5;" vertex="1" parent="1">
+           <mxGeometry x="800" y="1270" width="300" height="60" as="geometry" />
+         </mxCell>
        <mxCell id="e_n12" value="Refinamento por story&#10;(ver Diagrama 4, por story reprovada)" style="shape=process;whiteSpace=wrap;fillColor=#fff2cc;strokeColor=#d6b656;fontSize=11;" vertex="1" parent="1">
          <mxGeometry x="380" y="1360" width="340" height="60" as="geometry" />
        </mxCell>
        <mxCell id="e_d2" value="Aceite humano&#10;explicito do Epico?" style="rhombus;whiteSpace=wrap;fillColor=#ffe6cc;strokeColor=#d79b00;fontSize=12;" vertex="1" parent="1">
          <mxGeometry x="380" y="1450" width="340" height="100" as="geometry" />
        </mxCell>
        <mxCell id="e_bno" value="Permanece draft_validated /&#10;pending_clarification" style="rounded=1;whiteSpace=wrap;fillColor=#f8cecc;strokeColor=#b85450;dashed=1;fontSize=11;" vertex="1" parent="1">
          <mxGeometry x="800" y="1470" width="300" height="60" as="geometry" />
        </mxCell>
        <mxCell id="e_n13" value="status Epico: ACCEPTED" style="rounded=1;whiteSpace=wrap;fillColor=#d5e8d4;strokeColor=#82b366;fontSize=12;fontStyle=1;" vertex="1" parent="1">
          <mxGeometry x="380" y="1580" width="340" height="50" as="geometry" />
        </mxCell>
        <mxCell id="e_d3" value="Usuario pediu&#10;--criar-jira?" style="rhombus;whiteSpace=wrap;fillColor=#ffe6cc;strokeColor=#d79b00;fontSize=12;" vertex="1" parent="1">
          <mxGeometry x="380" y="1660" width="340" height="100" as="geometry" />
        </mxCell>
-         <mxCell id="e_n14" value="create_jira_epic -&gt; cria ticket Epico" style="rounded=1;whiteSpace=wrap;fillColor=#dae8fc;strokeColor=#6c8ebf;fontSize=12;" vertex="1" parent="1">
+         <mxCell id="e_n14" value="create_jira_epic (novo) ou, se 1 unico Epico&#10;veio de --jira, update_jira_epic (mesmo ticket)" style="rounded=1;whiteSpace=wrap;fillColor=#dae8fc;strokeColor=#6c8ebf;fontSize=11;" vertex="1" parent="1">
          <mxGeometry x="380" y="1790" width="340" height="50" as="geometry" />
        </mxCell>
        <mxCell id="e_n15" value="create_jira_story (para cada story)&#10;-&gt; cria tickets filhos" style="rounded=1;whiteSpace=wrap;fillColor=#dae8fc;strokeColor=#6c8ebf;fontSize=12;" vertex="1" parent="1">
          <mxGeometry x="380" y="1870" width="340" height="50" as="geometry" />
        </mxCell>
        <mxCell id="e_end" value="Fim" style="ellipse;whiteSpace=wrap;fillColor=#d5e8d4;strokeColor=#82b366;fontSize=12;" vertex="1" parent="1">
          <mxGeometry x="380" y="1950" width="340" height="50" as="geometry" />
        </mxCell>

        <mxCell id="ee1" style="edgeStyle=orthogonalEdgeStyle;rounded=0;" edge="1" parent="1" source="e_n1" target="e_n2"><mxGeometry relative="1" as="geometry" /></mxCell>
        <mxCell id="ee2" style="edgeStyle=orthogonalEdgeStyle;rounded=0;" edge="1" parent="1" source="e_n2" target="e_n3"><mxGeometry relative="1" as="geometry" /></mxCell>
        <mxCell id="ee2b" style="edgeStyle=orthogonalEdgeStyle;rounded=0;" edge="1" parent="1" source="e_n3" target="e_n3b"><mxGeometry relative="1" as="geometry" /></mxCell>
        <mxCell id="ee2c" style="edgeStyle=orthogonalEdgeStyle;rounded=0;" edge="1" parent="1" source="e_n3b" target="e_n3c"><mxGeometry relative="1" as="geometry" /></mxCell>
        <mxCell id="ee3" style="edgeStyle=orthogonalEdgeStyle;rounded=0;" edge="1" parent="1" source="e_n3c" target="e_n4"><mxGeometry relative="1" as="geometry" /></mxCell>
        <mxCell id="ee4" style="edgeStyle=orthogonalEdgeStyle;rounded=0;" edge="1" parent="1" source="e_n4" target="e_n5"><mxGeometry relative="1" as="geometry" /></mxCell>
        <mxCell id="ee5" style="edgeStyle=orthogonalEdgeStyle;rounded=0;" edge="1" parent="1" source="e_n5" target="e_d0"><mxGeometry relative="1" as="geometry" /></mxCell>
-         <mxCell id="ee6" value="Nao" style="edgeStyle=orthogonalEdgeStyle;rounded=0;fontSize=11;" edge="1" parent="1" source="e_d0" target="e_bstop"><mxGeometry relative="1" as="geometry" /></mxCell>
-         <mxCell id="ee7" value="Sim" style="edgeStyle=orthogonalEdgeStyle;rounded=0;fontSize=11;" edge="1" parent="1" source="e_d0" target="e_note1"><mxGeometry relative="1" as="geometry" /></mxCell>
+         <mxCell id="ee6" value="Nao continuar" style="edgeStyle=orthogonalEdgeStyle;rounded=0;fontSize=11;" edge="1" parent="1" source="e_d0" target="e_bstop"><mxGeometry relative="1" as="geometry" /></mxCell>
+         <mxCell id="ee7" value="Gerar stories agora" style="edgeStyle=orthogonalEdgeStyle;rounded=0;fontSize=11;" edge="1" parent="1" source="e_d0" target="e_note1"><mxGeometry relative="1" as="geometry" /></mxCell>
+         <mxCell id="ee_refine1" value="Refinar" style="edgeStyle=orthogonalEdgeStyle;rounded=0;fontSize=11;" edge="1" parent="1" source="e_d0" target="e_refine"><mxGeometry relative="1" as="geometry" /></mxCell>
+         <mxCell id="ee_refine2" style="edgeStyle=orthogonalEdgeStyle;rounded=0;dashed=1;" edge="1" parent="1" source="e_refine" target="e_d0"><mxGeometry relative="1" as="geometry" /></mxCell>
        <mxCell id="ee8" style="edgeStyle=orthogonalEdgeStyle;rounded=0;" edge="1" parent="1" source="e_note1" target="e_n6"><mxGeometry relative="1" as="geometry" /></mxCell>
        <mxCell id="ee9" style="edgeStyle=orthogonalEdgeStyle;rounded=0;" edge="1" parent="1" source="e_n6" target="e_d1"><mxGeometry relative="1" as="geometry" /></mxCell>
        <mxCell id="ee10" value="Nao" style="edgeStyle=orthogonalEdgeStyle;rounded=0;fontSize=11;" edge="1" parent="1" source="e_d1" target="e_n7"><mxGeometry relative="1" as="geometry" /></mxCell>
        <mxCell id="ee11" value="Sim" style="edgeStyle=orthogonalEdgeStyle;rounded=0;fontSize=11;" edge="1" parent="1" source="e_d1" target="e_n8"><mxGeometry relative="1" as="geometry" /></mxCell>
        <mxCell id="ee12" style="edgeStyle=orthogonalEdgeStyle;rounded=0;" edge="1" parent="1" source="e_n8" target="e_n9"><mxGeometry relative="1" as="geometry" /></mxCell>
        <mxCell id="ee13" value="proximo requisito" style="edgeStyle=orthogonalEdgeStyle;rounded=0;fontSize=10;exitX=0;exitY=0;entryX=0;entryY=0.5;dashed=1;" edge="1" parent="1" source="e_n9" target="e_note1"><mxGeometry relative="1" as="geometry" /></mxCell>
        <mxCell id="ee14" value="todos requisitos processados" style="edgeStyle=orthogonalEdgeStyle;rounded=0;fontSize=10;" edge="1" parent="1" source="e_n9" target="e_n10"><mxGeometry relative="1" as="geometry" /></mxCell>
        <mxCell id="ee15" style="edgeStyle=orthogonalEdgeStyle;rounded=0;" edge="1" parent="1" source="e_n10" target="e_n11"><mxGeometry relative="1" as="geometry" /></mxCell>
        <mxCell id="ee16" style="edgeStyle=orthogonalEdgeStyle;rounded=0;" edge="1" parent="1" source="e_n11" target="e_n12"><mxGeometry relative="1" as="geometry" /></mxCell>
        <mxCell id="ee17" style="edgeStyle=orthogonalEdgeStyle;rounded=0;" edge="1" parent="1" source="e_n12" target="e_d2"><mxGeometry relative="1" as="geometry" /></mxCell>
        <mxCell id="ee18" value="Nao" style="edgeStyle=orthogonalEdgeStyle;rounded=0;fontSize=11;" edge="1" parent="1" source="e_d2" target="e_bno"><mxGeometry relative="1" as="geometry" /></mxCell>
        <mxCell id="ee19" value="Sim" style="edgeStyle=orthogonalEdgeStyle;rounded=0;fontSize=11;" edge="1" parent="1" source="e_d2" target="e_n13"><mxGeometry relative="1" as="geometry" /></mxCell>
        <mxCell id="ee20" style="edgeStyle=orthogonalEdgeStyle;rounded=0;" edge="1" parent="1" source="e_n13" target="e_d3"><mxGeometry relative="1" as="geometry" /></mxCell>
        <mxCell id="ee21" value="Sim" style="edgeStyle=orthogonalEdgeStyle;rounded=0;fontSize=11;" edge="1" parent="1" source="e_d3" target="e_n14"><mxGeometry relative="1" as="geometry" /></mxCell>
        <mxCell id="ee22" value="Nao" style="edgeStyle=orthogonalEdgeStyle;rounded=0;fontSize=11;exitX=0;exitY=0.5;entryX=0;entryY=0.5;" edge="1" parent="1" source="e_d3" target="e_end"><mxGeometry relative="1" as="geometry" /></mxCell>
        <mxCell id="ee23" style="edgeStyle=orthogonalEdgeStyle;rounded=0;" edge="1" parent="1" source="e_n14" target="e_n15"><mxGeometry relative="1" as="geometry" /></mxCell>
        <mxCell id="ee24" style="edgeStyle=orthogonalEdgeStyle;rounded=0;" edge="1" parent="1" source="e_n15" target="e_end"><mxGeometry relative="1" as="geometry" /></mxCell>
      </root>
    </mxGraphModel>
  </diagram>

  <diagram id="refinamento" name="4 - Ciclo de refinamento humano-no-loop">
    <mxGraphModel dx="1200" dy="800" grid="1" gridSize="10" guides="1" tooltips="1" connect="1" arrows="1" fold="1" page="1" pageScale="1" pageWidth="1000" pageHeight="1200" math="0" shadow="0">
      <root>
        <mxCell id="0" />
        <mxCell id="1" parent="0" />

        <mxCell id="r_n1" value="review_story / review_epic reprova" style="ellipse;whiteSpace=wrap;fillColor=#d5e8d4;strokeColor=#82b366;fontSize=12;" vertex="1" parent="1">
          <mxGeometry x="380" y="40" width="320" height="50" as="geometry" />
        </mxCell>
        <mxCell id="r_n2" value="review_notes: apontamentos concretos&#10;(ex.: criterio nao cobre caso de erro X)" style="rounded=1;whiteSpace=wrap;fillColor=#dae8fc;strokeColor=#6c8ebf;fontSize=12;" vertex="1" parent="1">
          <mxGeometry x="380" y="120" width="320" height="50" as="geometry" />
        </mxCell>
        <mxCell id="r_n3" value="generate_clarifying_questions&#10;(LLM gerador - mistral)" style="rounded=1;whiteSpace=wrap;fillColor=#dae8fc;strokeColor=#6c8ebf;fontSize=12;" vertex="1" parent="1">
          <mxGeometry x="380" y="200" width="320" height="50" as="geometry" />
        </mxCell>
        <mxCell id="r_n4" value="Perguntas apresentadas no terminal&#10;(run.py --refinar)" style="rounded=1;whiteSpace=wrap;fillColor=#dae8fc;strokeColor=#6c8ebf;fontSize=12;" vertex="1" parent="1">
          <mxGeometry x="380" y="280" width="320" height="50" as="geometry" />
        </mxCell>
        <mxCell id="r_n5" value="Humano responde&#10;(contexto real - nao o LLM&#10;adivinhando sozinho)" style="rounded=1;whiteSpace=wrap;fillColor=#fff2cc;strokeColor=#d6b656;fontSize=12;fontStyle=1;" vertex="1" parent="1">
          <mxGeometry x="380" y="360" width="320" height="60" as="geometry" />
        </mxCell>
        <mxCell id="r_n6" value="refine_story: reescreve description,&#10;business_rules e acceptance_criteria" style="rounded=1;whiteSpace=wrap;fillColor=#dae8fc;strokeColor=#6c8ebf;fontSize=12;" vertex="1" parent="1">
          <mxGeometry x="380" y="450" width="320" height="50" as="geometry" />
        </mxCell>
        <mxCell id="r_n7" value="Revalida: validate_story + review_story" style="rounded=1;whiteSpace=wrap;fillColor=#dae8fc;strokeColor=#6c8ebf;fontSize=12;" vertex="1" parent="1">
          <mxGeometry x="380" y="530" width="320" height="50" as="geometry" />
        </mxCell>
        <mxCell id="r_d1" value="Aprovado&#10;agora?" style="rhombus;whiteSpace=wrap;fillColor=#ffe6cc;strokeColor=#d79b00;fontSize=12;" vertex="1" parent="1">
          <mxGeometry x="380" y="610" width="320" height="100" as="geometry" />
        </mxCell>
        <mxCell id="r_n8" value="Aceite humano explicito&#10;(status -&gt; ACCEPTED)" style="rounded=1;whiteSpace=wrap;fillColor=#d5e8d4;strokeColor=#82b366;fontSize=12;fontStyle=1;" vertex="1" parent="1">
          <mxGeometry x="380" y="740" width="320" height="50" as="geometry" />
        </mxCell>
        <mxCell id="r_n9" value="diff_story_versions:&#10;changelog (regras/criterios novos&#10;vs. descontinuados)" style="rounded=1;whiteSpace=wrap;fillColor=#dae8fc;strokeColor=#6c8ebf;fontSize=12;" vertex="1" parent="1">
          <mxGeometry x="380" y="820" width="320" height="60" as="geometry" />
        </mxCell>
        <mxCell id="r_d2" value="Origem era&#10;ticket Jira?" style="rhombus;whiteSpace=wrap;fillColor=#ffe6cc;strokeColor=#d79b00;fontSize=12;" vertex="1" parent="1">
          <mxGeometry x="380" y="910" width="320" height="100" as="geometry" />
        </mxCell>
        <mxCell id="r_n10" value="Pergunta se persiste no ticket&#10;-&gt; update_jira_issue" style="rounded=1;whiteSpace=wrap;fillColor=#dae8fc;strokeColor=#6c8ebf;fontSize=12;" vertex="1" parent="1">
          <mxGeometry x="380" y="1040" width="320" height="60" as="geometry" />
        </mxCell>
        <mxCell id="r_end" value="Fim" style="ellipse;whiteSpace=wrap;fillColor=#d5e8d4;strokeColor=#82b366;fontSize=12;" vertex="1" parent="1">
          <mxGeometry x="380" y="1130" width="320" height="50" as="geometry" />
        </mxCell>

        <mxCell id="re1" style="edgeStyle=orthogonalEdgeStyle;rounded=0;" edge="1" parent="1" source="r_n1" target="r_n2"><mxGeometry relative="1" as="geometry" /></mxCell>
        <mxCell id="re2" style="edgeStyle=orthogonalEdgeStyle;rounded=0;" edge="1" parent="1" source="r_n2" target="r_n3"><mxGeometry relative="1" as="geometry" /></mxCell>
        <mxCell id="re3" style="edgeStyle=orthogonalEdgeStyle;rounded=0;" edge="1" parent="1" source="r_n3" target="r_n4"><mxGeometry relative="1" as="geometry" /></mxCell>
        <mxCell id="re4" style="edgeStyle=orthogonalEdgeStyle;rounded=0;" edge="1" parent="1" source="r_n4" target="r_n5"><mxGeometry relative="1" as="geometry" /></mxCell>
        <mxCell id="re5" style="edgeStyle=orthogonalEdgeStyle;rounded=0;" edge="1" parent="1" source="r_n5" target="r_n6"><mxGeometry relative="1" as="geometry" /></mxCell>
        <mxCell id="re6" style="edgeStyle=orthogonalEdgeStyle;rounded=0;" edge="1" parent="1" source="r_n6" target="r_n7"><mxGeometry relative="1" as="geometry" /></mxCell>
        <mxCell id="re7" style="edgeStyle=orthogonalEdgeStyle;rounded=0;" edge="1" parent="1" source="r_n7" target="r_d1"><mxGeometry relative="1" as="geometry" /></mxCell>
        <mxCell id="re8" value="Nao (novo ciclo com&#10;novos review_notes)" style="edgeStyle=orthogonalEdgeStyle;rounded=0;fontSize=10;exitX=1;exitY=0.5;entryX=1;entryY=0.5;" edge="1" parent="1" source="r_d1" target="r_n3"><mxGeometry relative="1" as="geometry" /></mxCell>
        <mxCell id="re9" value="Sim" style="edgeStyle=orthogonalEdgeStyle;rounded=0;fontSize=11;" edge="1" parent="1" source="r_d1" target="r_n8"><mxGeometry relative="1" as="geometry" /></mxCell>
        <mxCell id="re10" style="edgeStyle=orthogonalEdgeStyle;rounded=0;" edge="1" parent="1" source="r_n8" target="r_n9"><mxGeometry relative="1" as="geometry" /></mxCell>
        <mxCell id="re11" style="edgeStyle=orthogonalEdgeStyle;rounded=0;" edge="1" parent="1" source="r_n9" target="r_d2"><mxGeometry relative="1" as="geometry" /></mxCell>
        <mxCell id="re12" value="Sim" style="edgeStyle=orthogonalEdgeStyle;rounded=0;fontSize=11;" edge="1" parent="1" source="r_d2" target="r_n10"><mxGeometry relative="1" as="geometry" /></mxCell>
        <mxCell id="re13" value="Nao" style="edgeStyle=orthogonalEdgeStyle;rounded=0;fontSize=11;exitX=0;exitY=0.5;entryX=0;entryY=0.5;" edge="1" parent="1" source="r_d2" target="r_end"><mxGeometry relative="1" as="geometry" /></mxCell>
        <mxCell id="re14" style="edgeStyle=orthogonalEdgeStyle;rounded=0;" edge="1" parent="1" source="r_n10" target="r_end"><mxGeometry relative="1" as="geometry" /></mxCell>
      </root>
    </mxGraphModel>
  </diagram>

  <diagram id="integracoes" name="5 - Integracoes externas">
    <mxGraphModel dx="1200" dy="800" grid="1" gridSize="10" guides="1" tooltips="1" connect="1" arrows="1" fold="1" page="1" pageScale="1" pageWidth="1120" pageHeight="880" math="0" shadow="0">
      <root>
        <mxCell id="0" />
        <mxCell id="1" parent="0" />

        <mxCell id="i_center" value="Agente&#10;(src/aqua_qe_product_owner/)" style="rounded=1;whiteSpace=wrap;fillColor=#dae8fc;strokeColor=#6c8ebf;fontSize=13;fontStyle=1;" vertex="1" parent="1">
          <mxGeometry x="440" y="440" width="280" height="80" as="geometry" />
        </mxCell>
        <mxCell id="i_ollama" value="Ollama local&#10;(host: OLLAMA_BASE_URL)&#10;&#10;mistral - gerador&#10;phi4 - revisor independente&#10;bge-m3 - embeddings" style="rounded=1;whiteSpace=wrap;fillColor=#ffe6cc;strokeColor=#d79b00;fontSize=11;" vertex="1" parent="1">
          <mxGeometry x="80" y="120" width="320" height="140" as="geometry" />
        </mxCell>
        <mxCell id="i_qdrant" value="Qdrant embarcado&#10;(.data/qdrant/, sem servidor)" style="rounded=1;whiteSpace=wrap;fillColor=#ffe6cc;strokeColor=#d79b00;fontSize=11;" vertex="1" parent="1">
          <mxGeometry x="760" y="120" width="300" height="100" as="geometry" />
        </mxCell>
        <mxCell id="i_jira" value="Jira Cloud&#10;REST API v3&#10;Basic Auth (e-mail + API token)&#10;leitura / escrita / criacao" style="rounded=1;whiteSpace=wrap;fillColor=#ffe6cc;strokeColor=#d79b00;fontSize=11;" vertex="1" parent="1">
          <mxGeometry x="80" y="680" width="320" height="120" as="geometry" />
        </mxCell>
        <mxCell id="i_confluence" value="Confluence Cloud&#10;REST API v1&#10;(mesmas credenciais do Jira)&#10;leitura de pagina" style="rounded=1;whiteSpace=wrap;fillColor=#ffe6cc;strokeColor=#d79b00;fontSize=11;" vertex="1" parent="1">
          <mxGeometry x="760" y="680" width="300" height="120" as="geometry" />
        </mxCell>

        <mxCell id="ie1" value="llm_service /&#10;embedding_service" style="edgeStyle=orthogonalEdgeStyle;rounded=0;fontSize=10;" edge="1" parent="1" source="i_center" target="i_ollama"><mxGeometry relative="1" as="geometry" /></mxCell>
        <mxCell id="ie2" value="rag_service" style="edgeStyle=orthogonalEdgeStyle;rounded=0;fontSize=10;" edge="1" parent="1" source="i_center" target="i_qdrant"><mxGeometry relative="1" as="geometry" /></mxCell>
        <mxCell id="ie3" value="jira_service" style="edgeStyle=orthogonalEdgeStyle;rounded=0;fontSize=10;" edge="1" parent="1" source="i_center" target="i_jira"><mxGeometry relative="1" as="geometry" /></mxCell>
        <mxCell id="ie4" value="confluence_service" style="edgeStyle=orthogonalEdgeStyle;rounded=0;fontSize=10;" edge="1" parent="1" source="i_center" target="i_confluence"><mxGeometry relative="1" as="geometry" /></mxCell>
      </root>
    </mxGraphModel>
  </diagram>

  <diagram id="ideiaparaprd" name="6 - Ideia para PRD e Confluence">
    <mxGraphModel dx="1200" dy="800" grid="1" gridSize="10" guides="1" tooltips="1" connect="1" arrows="1" fold="1" page="1" pageScale="1" pageWidth="1150" pageHeight="1320" math="0" shadow="0">
      <root>
        <mxCell id="0" />
        <mxCell id="1" parent="0" />

        <mxCell id="p_n1" value="Ideia informal&#10;(--modo prd)" style="ellipse;whiteSpace=wrap;fillColor=#d5e8d4;strokeColor=#82b366;fontSize=12;" vertex="1" parent="1">
          <mxGeometry x="380" y="40" width="340" height="50" as="geometry" />
        </mxCell>
        <mxCell id="p_n2" value="generate_prd (LLM gerador - mistral)" style="rounded=1;whiteSpace=wrap;fillColor=#dae8fc;strokeColor=#6c8ebf;fontSize=12;" vertex="1" parent="1">
          <mxGeometry x="380" y="120" width="340" height="50" as="geometry" />
        </mxCell>
        <mxCell id="p_n3" value="validate_prd (checklist Python puro)" style="rounded=1;whiteSpace=wrap;fillColor=#dae8fc;strokeColor=#6c8ebf;fontSize=12;" vertex="1" parent="1">
          <mxGeometry x="380" y="200" width="340" height="50" as="geometry" />
        </mxCell>
        <mxCell id="p_d1" value="Passa no&#10;checklist?" style="rhombus;whiteSpace=wrap;fillColor=#ffe6cc;strokeColor=#d79b00;fontSize=12;" vertex="1" parent="1">
          <mxGeometry x="380" y="280" width="340" height="100" as="geometry" />
        </mxCell>
        <mxCell id="p_b1" value="PENDING_CLARIFICATION:&#10;PRD incompleto" style="rounded=1;whiteSpace=wrap;fillColor=#f8cecc;strokeColor=#b85450;dashed=1;fontSize=11;" vertex="1" parent="1">
          <mxGeometry x="760" y="300" width="280" height="60" as="geometry" />
        </mxCell>
        <mxCell id="p_n4" value="review_prd (LLM revisor - phi4)" style="rounded=1;whiteSpace=wrap;fillColor=#dae8fc;strokeColor=#6c8ebf;fontSize=12;" vertex="1" parent="1">
          <mxGeometry x="380" y="410" width="340" height="50" as="geometry" />
        </mxCell>
        <mxCell id="p_d2" value="Aprovado pelo&#10;revisor?" style="rhombus;whiteSpace=wrap;fillColor=#ffe6cc;strokeColor=#d79b00;fontSize=12;" vertex="1" parent="1">
          <mxGeometry x="380" y="490" width="340" height="100" as="geometry" />
        </mxCell>
        <mxCell id="p_b2" value="Ciclo de refinamento:&#10;generate_prd_clarifying_questions -&gt;&#10;resposta humana -&gt; refine_prd -&gt; revalidar" style="shape=process;whiteSpace=wrap;fillColor=#fff2cc;strokeColor=#d6b656;fontSize=11;" vertex="1" parent="1">
          <mxGeometry x="760" y="510" width="280" height="70" as="geometry" />
        </mxCell>
        <mxCell id="p_n5" value="Aceite humano explicito -&gt;&#10;status ACCEPTED, format_prd_markdown" style="rounded=1;whiteSpace=wrap;fillColor=#d5e8d4;strokeColor=#82b366;fontSize=12;fontStyle=1;" vertex="1" parent="1">
          <mxGeometry x="380" y="620" width="340" height="60" as="geometry" />
        </mxCell>
        <mxCell id="p_n6" value="Se --saida: grava o Markdown em arquivo" style="rounded=1;whiteSpace=wrap;fillColor=#dae8fc;strokeColor=#6c8ebf;fontSize=11;dashed=1;" vertex="1" parent="1">
          <mxGeometry x="380" y="710" width="340" height="50" as="geometry" />
        </mxCell>
        <mxCell id="p_d3" value="--publicar-confluence?" style="rhombus;whiteSpace=wrap;fillColor=#ffe6cc;strokeColor=#d79b00;fontSize=12;" vertex="1" parent="1">
          <mxGeometry x="380" y="790" width="340" height="100" as="geometry" />
        </mxCell>
        <mxCell id="p_n7" value="Pergunta titulo -&gt; create_confluence_page&#10;-&gt; URL da pagina retornada" style="rounded=1;whiteSpace=wrap;fillColor=#dae8fc;strokeColor=#6c8ebf;fontSize=11;" vertex="1" parent="1">
          <mxGeometry x="380" y="920" width="340" height="60" as="geometry" />
        </mxCell>
        <mxCell id="p_d4" value="Continuar e gerar o&#10;Epico a partir deste PRD?" style="rhombus;whiteSpace=wrap;fillColor=#ffe6cc;strokeColor=#d79b00;fontSize=12;" vertex="1" parent="1">
          <mxGeometry x="380" y="1010" width="340" height="100" as="geometry" />
        </mxCell>
        <mxCell id="p_n8" value="Ver Diagrama 3:&#10;generate_epic_shape(texto_final) -&gt; ..." style="shape=process;whiteSpace=wrap;fillColor=#fff2cc;strokeColor=#d6b656;fontSize=11;" vertex="1" parent="1">
          <mxGeometry x="380" y="1140" width="340" height="60" as="geometry" />
        </mxCell>
        <mxCell id="p_end" value="Fim" style="ellipse;whiteSpace=wrap;fillColor=#d5e8d4;strokeColor=#82b366;fontSize=12;" vertex="1" parent="1">
          <mxGeometry x="380" y="1230" width="340" height="50" as="geometry" />
        </mxCell>

        <mxCell id="pe1" style="edgeStyle=orthogonalEdgeStyle;rounded=0;" edge="1" parent="1" source="p_n1" target="p_n2"><mxGeometry relative="1" as="geometry" /></mxCell>
        <mxCell id="pe2" style="edgeStyle=orthogonalEdgeStyle;rounded=0;" edge="1" parent="1" source="p_n2" target="p_n3"><mxGeometry relative="1" as="geometry" /></mxCell>
        <mxCell id="pe3" style="edgeStyle=orthogonalEdgeStyle;rounded=0;" edge="1" parent="1" source="p_n3" target="p_d1"><mxGeometry relative="1" as="geometry" /></mxCell>
        <mxCell id="pe4" value="Nao" style="edgeStyle=orthogonalEdgeStyle;rounded=0;fontSize=11;" edge="1" parent="1" source="p_d1" target="p_b1"><mxGeometry relative="1" as="geometry" /></mxCell>
        <mxCell id="pe5" value="Sim" style="edgeStyle=orthogonalEdgeStyle;rounded=0;fontSize=11;" edge="1" parent="1" source="p_d1" target="p_n4"><mxGeometry relative="1" as="geometry" /></mxCell>
        <mxCell id="pe6" style="edgeStyle=orthogonalEdgeStyle;rounded=0;" edge="1" parent="1" source="p_n4" target="p_d2"><mxGeometry relative="1" as="geometry" /></mxCell>
        <mxCell id="pe7" value="Nao" style="edgeStyle=orthogonalEdgeStyle;rounded=0;fontSize=11;" edge="1" parent="1" source="p_d2" target="p_b2"><mxGeometry relative="1" as="geometry" /></mxCell>
        <mxCell id="pe8" value="PRD refinado&#10;(revalidar)" style="edgeStyle=orthogonalEdgeStyle;rounded=0;fontSize=10;exitX=1;exitY=0;entryX=1;entryY=0.5;dashed=1;" edge="1" parent="1" source="p_b2" target="p_d1"><mxGeometry relative="1" as="geometry" /></mxCell>
        <mxCell id="pe9" value="Sim" style="edgeStyle=orthogonalEdgeStyle;rounded=0;fontSize=11;" edge="1" parent="1" source="p_d2" target="p_n5"><mxGeometry relative="1" as="geometry" /></mxCell>
        <mxCell id="pe10" style="edgeStyle=orthogonalEdgeStyle;rounded=0;" edge="1" parent="1" source="p_n5" target="p_n6"><mxGeometry relative="1" as="geometry" /></mxCell>
        <mxCell id="pe11" style="edgeStyle=orthogonalEdgeStyle;rounded=0;" edge="1" parent="1" source="p_n6" target="p_d3"><mxGeometry relative="1" as="geometry" /></mxCell>
        <mxCell id="pe12" value="Sim" style="edgeStyle=orthogonalEdgeStyle;rounded=0;fontSize=11;" edge="1" parent="1" source="p_d3" target="p_n7"><mxGeometry relative="1" as="geometry" /></mxCell>
        <mxCell id="pe13" style="edgeStyle=orthogonalEdgeStyle;rounded=0;" edge="1" parent="1" source="p_n7" target="p_d4"><mxGeometry relative="1" as="geometry" /></mxCell>
        <mxCell id="pe14" value="Nao" style="edgeStyle=orthogonalEdgeStyle;rounded=0;fontSize=11;exitX=0;exitY=0.5;entryX=0;entryY=0.5;" edge="1" parent="1" source="p_d3" target="p_d4"><mxGeometry relative="1" as="geometry" /></mxCell>
        <mxCell id="pe15" value="Sim" style="edgeStyle=orthogonalEdgeStyle;rounded=0;fontSize=11;" edge="1" parent="1" source="p_d4" target="p_n8"><mxGeometry relative="1" as="geometry" /></mxCell>
        <mxCell id="pe16" style="edgeStyle=orthogonalEdgeStyle;rounded=0;" edge="1" parent="1" source="p_n8" target="p_end"><mxGeometry relative="1" as="geometry" /></mxCell>
        <mxCell id="pe17" value="Nao" style="edgeStyle=orthogonalEdgeStyle;rounded=0;fontSize=11;exitX=0;exitY=0.5;entryX=0;entryY=0.5;" edge="1" parent="1" source="p_d4" target="p_end"><mxGeometry relative="1" as="geometry" /></mxCell>
      </root>
    </mxGraphModel>
  </diagram>
</mxfile>
